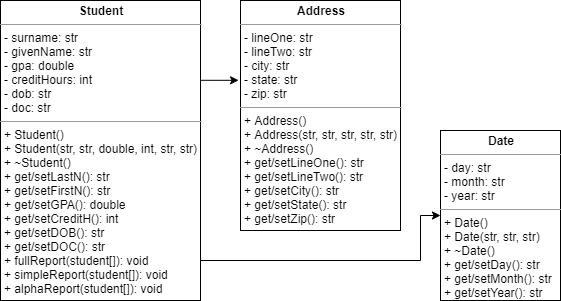
Earlier version of the draw.io export base/UML.png (KyleCook97/CSCI24000_spring2020_A6). Source tidied: cells renumbered, new cells last; positions are measured from the earlier drawing's top-left corner, leaving out a move shared by most shapes. The source it was exported from:
```xml
<mxGraphModel>
  <root>
    <mxCell id="0" style="html=1;" />
    <mxCell id="1" style="html=1;" parent="0" />
    <mxCell id="2" style="edgeStyle=orthogonalEdgeStyle;rounded=0;jettySize=auto;html=1;exitX=1;exitY=0.25;exitDx=0;exitDy=0;entryX=-0.012;entryY=0.347;entryDx=0;entryDy=0;entryPerimeter=0;" parent="1" edge="1" source="4" target="5">
      <mxGeometry relative="1" as="geometry">
        <Array as="points">
          <mxPoint x="200" y="80" />
        </Array>
      </mxGeometry>
    </mxCell>
    <mxCell id="3" style="edgeStyle=orthogonalEdgeStyle;rounded=0;jettySize=auto;html=1;exitX=1;exitY=0.75;exitDx=0;exitDy=0;entryX=0;entryY=0.5;entryDx=0;entryDy=0;" parent="1" edge="1" source="4" target="6">
      <mxGeometry relative="1" as="geometry">
        <Array as="points">
          <mxPoint x="200" y="260" />
          <mxPoint x="420" y="260" />
          <mxPoint x="420" y="215" />
        </Array>
      </mxGeometry>
    </mxCell>
    <mxCell id="4" value="&lt;p style=&quot;margin: 0px ; margin-top: 4px ; text-align: center&quot;&gt;&lt;b&gt;Student&lt;/b&gt;&lt;/p&gt;&lt;hr size=&quot;1&quot;&gt;&lt;p style=&quot;margin: 0px ; margin-left: 4px&quot;&gt;- surname: str&lt;/p&gt;&lt;p style=&quot;margin: 0px ; margin-left: 4px&quot;&gt;- givenName: str&lt;/p&gt;&lt;p style=&quot;margin: 0px ; margin-left: 4px&quot;&gt;- gpa: double&lt;/p&gt;&lt;p style=&quot;margin: 0px ; margin-left: 4px&quot;&gt;- creditHours: int&lt;/p&gt;&lt;p style=&quot;margin: 0px ; margin-left: 4px&quot;&gt;- dob: str&lt;/p&gt;&lt;p style=&quot;margin: 0px ; margin-left: 4px&quot;&gt;- doc: str&lt;/p&gt;&lt;hr size=&quot;1&quot;&gt;&lt;p style=&quot;margin: 0px ; margin-left: 4px&quot;&gt;+ Student()&lt;/p&gt;&lt;p style=&quot;margin: 0px ; margin-left: 4px&quot;&gt;+ Student(str, str, double, int, str, str)&lt;/p&gt;&lt;p style=&quot;margin: 0px ; margin-left: 4px&quot;&gt;+ ~Student()&lt;/p&gt;&lt;p style=&quot;margin: 0px ; margin-left: 4px&quot;&gt;+ get/setLastN(): str&lt;/p&gt;&lt;p style=&quot;margin: 0px ; margin-left: 4px&quot;&gt;+ get/setFirstN(): str&lt;/p&gt;&lt;p style=&quot;margin: 0px ; margin-left: 4px&quot;&gt;+ get/setGPA(): double&lt;/p&gt;&lt;p style=&quot;margin: 0px ; margin-left: 4px&quot;&gt;+ get/setCreditH(): int&lt;/p&gt;&lt;p style=&quot;margin: 0px ; margin-left: 4px&quot;&gt;+ get/setDOB(): str&lt;/p&gt;&lt;p style=&quot;margin: 0px ; margin-left: 4px&quot;&gt;+ get/setDOC(): str&lt;/p&gt;&lt;p style=&quot;margin: 0px ; margin-left: 4px&quot;&gt;+ fullReport(student[]): void&lt;/p&gt;&lt;p style=&quot;margin: 0px ; margin-left: 4px&quot;&gt;+ simpleReport(student[]): void&lt;/p&gt;&lt;p style=&quot;margin: 0px ; margin-left: 4px&quot;&gt;+ alphaReport(student[]): void&lt;/p&gt;" style="verticalAlign=top;align=left;overflow=fill;fontSize=12;fontFamily=Helvetica;html=1;" parent="1" vertex="1">
      <mxGeometry width="200" height="300" as="geometry" />
    </mxCell>
    <mxCell id="5" value="&lt;p style=&quot;margin: 0px ; margin-top: 4px ; text-align: center&quot;&gt;&lt;b&gt;Address&lt;/b&gt;&lt;/p&gt;&lt;hr size=&quot;1&quot;&gt;&lt;p style=&quot;margin: 0px ; margin-left: 4px&quot;&gt;- lineOne: str&lt;/p&gt;&lt;p style=&quot;margin: 0px ; margin-left: 4px&quot;&gt;- lineTwo: str&lt;/p&gt;&lt;p style=&quot;margin: 0px ; margin-left: 4px&quot;&gt;- city: str&lt;/p&gt;&lt;p style=&quot;margin: 0px ; margin-left: 4px&quot;&gt;- state: str&lt;/p&gt;&lt;p style=&quot;margin: 0px ; margin-left: 4px&quot;&gt;- zip: str&lt;/p&gt;&lt;hr size=&quot;1&quot;&gt;&lt;p style=&quot;margin: 0px ; margin-left: 4px&quot;&gt;+ Address()&lt;/p&gt;&lt;p style=&quot;margin: 0px ; margin-left: 4px&quot;&gt;+ Address(str, str, str, str, str)&lt;/p&gt;&lt;p style=&quot;margin: 0px ; margin-left: 4px&quot;&gt;+ ~Address()&lt;/p&gt;&lt;p style=&quot;margin: 0px ; margin-left: 4px&quot;&gt;+ get/setLineOne(): str&lt;/p&gt;&lt;p style=&quot;margin: 0px ; margin-left: 4px&quot;&gt;+ get/setLineTwo(): str&lt;/p&gt;&lt;p style=&quot;margin: 0px ; margin-left: 4px&quot;&gt;+ get/setCity(): str&lt;/p&gt;&lt;p style=&quot;margin: 0px ; margin-left: 4px&quot;&gt;+ get/setState(): str&lt;/p&gt;&lt;p style=&quot;margin: 0px ; margin-left: 4px&quot;&gt;+ get/setZip(): str&lt;/p&gt;" style="verticalAlign=top;align=left;overflow=fill;fontSize=12;fontFamily=Helvetica;html=1;" parent="1" vertex="1">
      <mxGeometry x="240" width="160" height="230" as="geometry" />
    </mxCell>
    <mxCell id="6" value="&lt;p style=&quot;margin: 0px ; margin-top: 4px ; text-align: center&quot;&gt;&lt;b&gt;Date&lt;/b&gt;&lt;/p&gt;&lt;hr size=&quot;1&quot;&gt;&lt;p style=&quot;margin: 0px ; margin-left: 4px&quot;&gt;- day: str&lt;/p&gt;&lt;p style=&quot;margin: 0px ; margin-left: 4px&quot;&gt;- month: str&lt;/p&gt;&lt;p style=&quot;margin: 0px ; margin-left: 4px&quot;&gt;- year: str&lt;/p&gt;&lt;hr size=&quot;1&quot;&gt;&lt;p style=&quot;margin: 0px ; margin-left: 4px&quot;&gt;+ Date()&lt;/p&gt;&lt;p style=&quot;margin: 0px ; margin-left: 4px&quot;&gt;+ Date(str, str, str)&lt;/p&gt;&lt;p style=&quot;margin: 0px ; margin-left: 4px&quot;&gt;+ ~Date()&lt;/p&gt;&lt;p style=&quot;margin: 0px ; margin-left: 4px&quot;&gt;+ get/setDay(): str&lt;/p&gt;&lt;p style=&quot;margin: 0px ; margin-left: 4px&quot;&gt;+ get/setMonth(): str&lt;/p&gt;&lt;p style=&quot;margin: 0px ; margin-left: 4px&quot;&gt;+ get/setYear(): str&lt;/p&gt;" style="verticalAlign=top;align=left;overflow=fill;fontSize=12;fontFamily=Helvetica;html=1;" parent="1" vertex="1">
      <mxGeometry x="440" y="130" width="120" height="170" as="geometry" />
    </mxCell>
  </root>
</mxGraphModel>
```
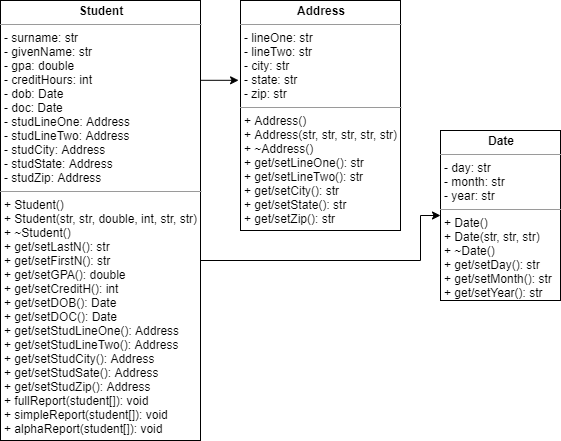
Later version of the same file.

Commit message:
updated UML diagram and forgot to upload algorithm

Change to the diagram source:
```diff
@@ -18,8 +18,8 @@
         </Array>
       </mxGeometry>
     </mxCell>
-    <mxCell id="4" value="&lt;p style=&quot;margin: 0px ; margin-top: 4px ; text-align: center&quot;&gt;&lt;b&gt;Student&lt;/b&gt;&lt;/p&gt;&lt;hr size=&quot;1&quot;&gt;&lt;p style=&quot;margin: 0px ; margin-left: 4px&quot;&gt;- surname: str&lt;/p&gt;&lt;p style=&quot;margin: 0px ; margin-left: 4px&quot;&gt;- givenName: str&lt;/p&gt;&lt;p style=&quot;margin: 0px ; margin-left: 4px&quot;&gt;- gpa: double&lt;/p&gt;&lt;p style=&quot;margin: 0px ; margin-left: 4px&quot;&gt;- creditHours: int&lt;/p&gt;&lt;p style=&quot;margin: 0px ; margin-left: 4px&quot;&gt;- dob: str&lt;/p&gt;&lt;p style=&quot;margin: 0px ; margin-left: 4px&quot;&gt;- doc: str&lt;/p&gt;&lt;hr size=&quot;1&quot;&gt;&lt;p style=&quot;margin: 0px ; margin-left: 4px&quot;&gt;+ Student()&lt;/p&gt;&lt;p style=&quot;margin: 0px ; margin-left: 4px&quot;&gt;+ Student(str, str, double, int, str, str)&lt;/p&gt;&lt;p style=&quot;margin: 0px ; margin-left: 4px&quot;&gt;+ ~Student()&lt;/p&gt;&lt;p style=&quot;margin: 0px ; margin-left: 4px&quot;&gt;+ get/setLastN(): str&lt;/p&gt;&lt;p style=&quot;margin: 0px ; margin-left: 4px&quot;&gt;+ get/setFirstN(): str&lt;/p&gt;&lt;p style=&quot;margin: 0px ; margin-left: 4px&quot;&gt;+ get/setGPA(): double&lt;/p&gt;&lt;p style=&quot;margin: 0px ; margin-left: 4px&quot;&gt;+ get/setCreditH(): int&lt;/p&gt;&lt;p style=&quot;margin: 0px ; margin-left: 4px&quot;&gt;+ get/setDOB(): str&lt;/p&gt;&lt;p style=&quot;margin: 0px ; margin-left: 4px&quot;&gt;+ get/setDOC(): str&lt;/p&gt;&lt;p style=&quot;margin: 0px ; margin-left: 4px&quot;&gt;+ fullReport(student[]): void&lt;/p&gt;&lt;p style=&quot;margin: 0px ; margin-left: 4px&quot;&gt;+ simpleReport(student[]): void&lt;/p&gt;&lt;p style=&quot;margin: 0px ; margin-left: 4px&quot;&gt;+ alphaReport(student[]): void&lt;/p&gt;" style="verticalAlign=top;align=left;overflow=fill;fontSize=12;fontFamily=Helvetica;html=1;" parent="1" vertex="1">
-      <mxGeometry width="200" height="300" as="geometry" />
+    <mxCell id="4" value="&lt;p style=&quot;margin: 0px ; margin-top: 4px ; text-align: center&quot;&gt;&lt;b&gt;Student&lt;/b&gt;&lt;/p&gt;&lt;hr size=&quot;1&quot;&gt;&lt;p style=&quot;margin: 0px ; margin-left: 4px&quot;&gt;- surname: str&lt;/p&gt;&lt;p style=&quot;margin: 0px ; margin-left: 4px&quot;&gt;- givenName: str&lt;/p&gt;&lt;p style=&quot;margin: 0px ; margin-left: 4px&quot;&gt;- gpa: double&lt;/p&gt;&lt;p style=&quot;margin: 0px ; margin-left: 4px&quot;&gt;- creditHours: int&lt;/p&gt;&lt;p style=&quot;margin: 0px ; margin-left: 4px&quot;&gt;- dob: Date&lt;/p&gt;&lt;p style=&quot;margin: 0px ; margin-left: 4px&quot;&gt;- doc: Date&lt;/p&gt;&lt;p style=&quot;margin: 0px ; margin-left: 4px&quot;&gt;- studLineOne: Address&lt;/p&gt;&lt;p style=&quot;margin: 0px ; margin-left: 4px&quot;&gt;- studLineTwo: Address&lt;/p&gt;&lt;p style=&quot;margin: 0px ; margin-left: 4px&quot;&gt;- studCity: Address&lt;/p&gt;&lt;p style=&quot;margin: 0px ; margin-left: 4px&quot;&gt;- studState: Address&lt;/p&gt;&lt;p style=&quot;margin: 0px ; margin-left: 4px&quot;&gt;- studZip: Address&lt;/p&gt;&lt;hr size=&quot;1&quot;&gt;&lt;p style=&quot;margin: 0px ; margin-left: 4px&quot;&gt;+ Student()&lt;/p&gt;&lt;p style=&quot;margin: 0px ; margin-left: 4px&quot;&gt;+ Student(str, str, double, int, str, str)&lt;/p&gt;&lt;p style=&quot;margin: 0px ; margin-left: 4px&quot;&gt;+ ~Student()&lt;/p&gt;&lt;p style=&quot;margin: 0px ; margin-left: 4px&quot;&gt;+ get/setLastN(): str&lt;/p&gt;&lt;p style=&quot;margin: 0px ; margin-left: 4px&quot;&gt;+ get/setFirstN(): str&lt;/p&gt;&lt;p style=&quot;margin: 0px ; margin-left: 4px&quot;&gt;+ get/setGPA(): double&lt;/p&gt;&lt;p style=&quot;margin: 0px ; margin-left: 4px&quot;&gt;+ get/setCreditH(): int&lt;/p&gt;&lt;p style=&quot;margin: 0px ; margin-left: 4px&quot;&gt;+ get/setDOB(): Date&lt;/p&gt;&lt;p style=&quot;margin: 0px ; margin-left: 4px&quot;&gt;+ get/setDOC(): Date&lt;/p&gt;&lt;p style=&quot;margin: 0px ; margin-left: 4px&quot;&gt;+ get/setStudLineOne(): Address&lt;/p&gt;&lt;p style=&quot;margin: 0px ; margin-left: 4px&quot;&gt;+ get/setStudLineTwo(): Address&lt;/p&gt;&lt;p style=&quot;margin: 0px ; margin-left: 4px&quot;&gt;+ get/setStudCity(): Address&lt;/p&gt;&lt;p style=&quot;margin: 0px ; margin-left: 4px&quot;&gt;+ get/setStudSate(): Address&lt;/p&gt;&lt;p style=&quot;margin: 0px ; margin-left: 4px&quot;&gt;+ get/setStudZip(): Address&lt;/p&gt;&lt;p style=&quot;margin: 0px ; margin-left: 4px&quot;&gt;+ fullReport(student[]): void&lt;/p&gt;&lt;p style=&quot;margin: 0px ; margin-left: 4px&quot;&gt;+ simpleReport(student[]): void&lt;/p&gt;&lt;p style=&quot;margin: 0px ; margin-left: 4px&quot;&gt;+ alphaReport(student[]): void&lt;/p&gt;" style="verticalAlign=top;align=left;overflow=fill;fontSize=12;fontFamily=Helvetica;html=1;" parent="1" vertex="1">
+      <mxGeometry width="200" height="440" as="geometry" />
     </mxCell>
     <mxCell id="5" value="&lt;p style=&quot;margin: 0px ; margin-top: 4px ; text-align: center&quot;&gt;&lt;b&gt;Address&lt;/b&gt;&lt;/p&gt;&lt;hr size=&quot;1&quot;&gt;&lt;p style=&quot;margin: 0px ; margin-left: 4px&quot;&gt;- lineOne: str&lt;/p&gt;&lt;p style=&quot;margin: 0px ; margin-left: 4px&quot;&gt;- lineTwo: str&lt;/p&gt;&lt;p style=&quot;margin: 0px ; margin-left: 4px&quot;&gt;- city: str&lt;/p&gt;&lt;p style=&quot;margin: 0px ; margin-left: 4px&quot;&gt;- state: str&lt;/p&gt;&lt;p style=&quot;margin: 0px ; margin-left: 4px&quot;&gt;- zip: str&lt;/p&gt;&lt;hr size=&quot;1&quot;&gt;&lt;p style=&quot;margin: 0px ; margin-left: 4px&quot;&gt;+ Address()&lt;/p&gt;&lt;p style=&quot;margin: 0px ; margin-left: 4px&quot;&gt;+ Address(str, str, str, str, str)&lt;/p&gt;&lt;p style=&quot;margin: 0px ; margin-left: 4px&quot;&gt;+ ~Address()&lt;/p&gt;&lt;p style=&quot;margin: 0px ; margin-left: 4px&quot;&gt;+ get/setLineOne(): str&lt;/p&gt;&lt;p style=&quot;margin: 0px ; margin-left: 4px&quot;&gt;+ get/setLineTwo(): str&lt;/p&gt;&lt;p style=&quot;margin: 0px ; margin-left: 4px&quot;&gt;+ get/setCity(): str&lt;/p&gt;&lt;p style=&quot;margin: 0px ; margin-left: 4px&quot;&gt;+ get/setState(): str&lt;/p&gt;&lt;p style=&quot;margin: 0px ; margin-left: 4px&quot;&gt;+ get/setZip(): str&lt;/p&gt;" style="verticalAlign=top;align=left;overflow=fill;fontSize=12;fontFamily=Helvetica;html=1;" parent="1" vertex="1">
       <mxGeometry x="240" width="160" height="230" as="geometry" />
```
